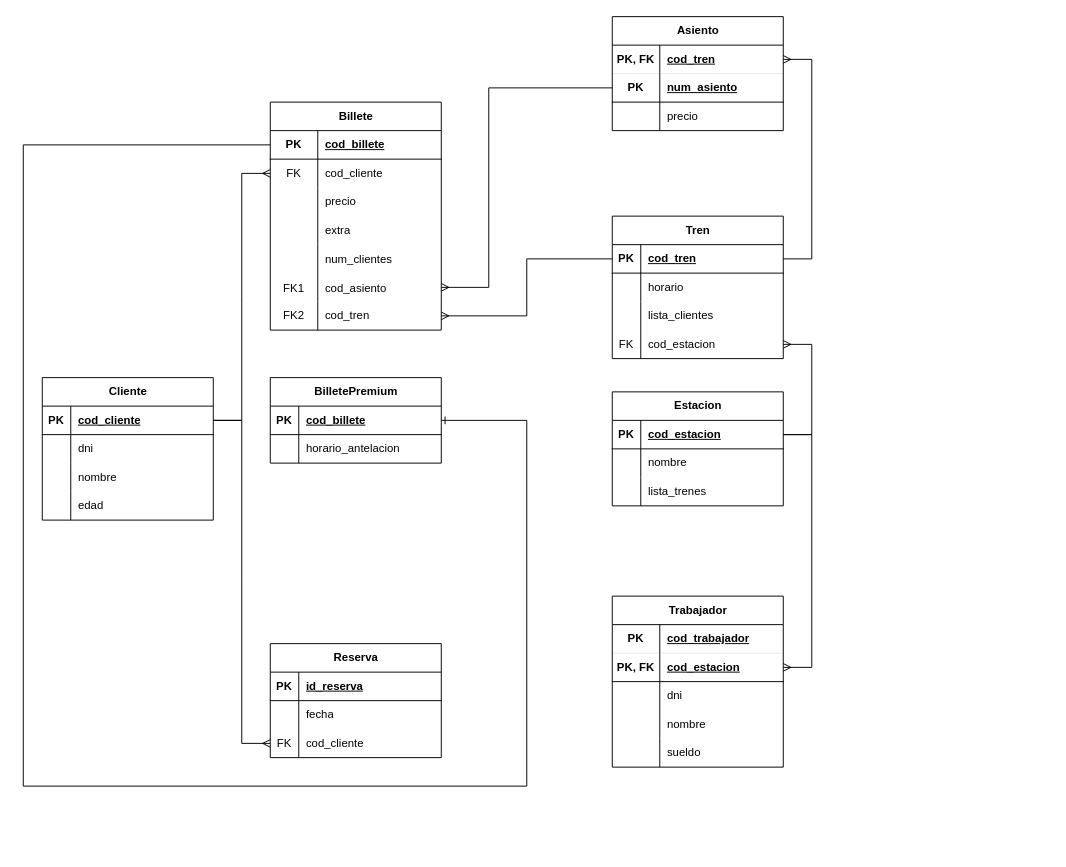
The draw.io diagram Borrador proy final/DIagramaDraw_borrador.drawio in ruizlo04/BorradorProyectoFinal, before the edit. Source tidied: cells renumbered, new cells numbered last; positions are measured from the earlier drawing's top-left corner, leaving out a move shared by most shapes. Both pictures are drawn from the tidied source at 95%, with x=0, y=0 at pixel (23, 16).
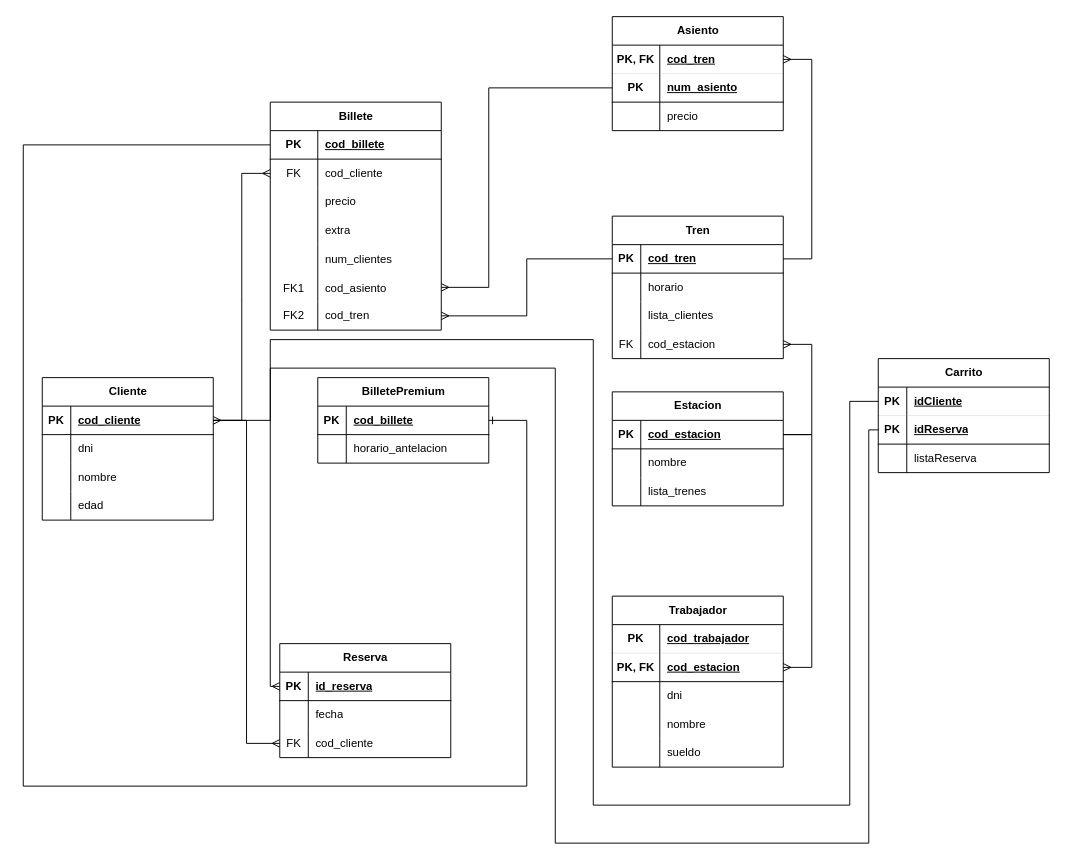
Above is the later version.

Commit message (it also covers changes not shown here):
diagramas hechos

The change refers to these unchanged cells:
```xml
<mxCell id="3" style="shape=tableRow;horizontal=0;startSize=0;swimlaneHead=0;swimlaneBody=0;fillColor=none;points=[[0,0.5],[1,0.5]];portConstraint=eastwest;top=0;left=0;right=0;bottom=1;" parent="2" vertex="1">
  <mxGeometry y="30" width="180" height="30" as="geometry" />
</mxCell>
<mxCell id="16" style="shape=tableRow;horizontal=0;startSize=0;swimlaneHead=0;swimlaneBody=0;fillColor=none;points=[[0,0.5],[1,0.5]];portConstraint=eastwest;top=0;left=0;right=0;bottom=1;" parent="15" vertex="1">
  <mxGeometry y="30" width="180" height="30" as="geometry" />
</mxCell>
<mxCell id="22" style="shape=tableRow;horizontal=0;startSize=0;swimlaneHead=0;swimlaneBody=0;fillColor=none;points=[[0,0.5],[1,0.5]];portConstraint=eastwest;top=0;left=0;right=0;bottom=0;" parent="15" vertex="1">
  <mxGeometry y="90" width="180" height="30" as="geometry" />
</mxCell>
```

Diff of the diagram source:
```diff
@@
     <mxCell id="15" value="Reserva" style="shape=table;startSize=30;childLayout=tableLayout;rowLines=0;fontStyle=1;align=center;html=1;" parent="1" vertex="1">
-      <mxGeometry x="260" y="660" width="180" height="120" as="geometry" />
+      <mxGeometry x="270" y="660" width="180" height="120" as="geometry" />
     </mxCell>
@@
-    <mxCell id="25" style="edgeStyle=entityRelationEdgeStyle;fontSize=12;html=1;endArrow=ERmany;rounded=0;" parent="1" edge="1" source="3" target="22">
+    <mxCell id="25" style="edgeStyle=orthogonalEdgeStyle;fontSize=12;html=1;endArrow=ERmany;rounded=0;" parent="1" edge="1" source="3" target="22">
       <mxGeometry relative="1" as="geometry" />
     </mxCell>
@@
     <mxCell id="103" value="BilletePremium" style="shape=table;startSize=30;childLayout=tableLayout;rowLines=0;fontStyle=1;align=center;html=1;" parent="1" vertex="1">
-      <mxGeometry x="260" y="380" width="180" height="90" as="geometry" />
+      <mxGeometry x="310" y="380" width="180" height="90" as="geometry" />
     </mxCell>
@@
+    <mxCell id="111" value="Carrito" style="shape=table;startSize=30;childLayout=tableLayout;rowLines=0;fontStyle=1;align=center;html=1;" parent="1" vertex="1">
+      <mxGeometry x="900" y="360" width="180" height="120" as="geometry" />
+    </mxCell>
+    <mxCell id="112" style="shape=tableRow;horizontal=0;startSize=0;swimlaneHead=0;swimlaneBody=0;fillColor=none;points=[[0,0.5],[1,0.5]];portConstraint=eastwest;top=0;left=0;right=0;bottom=1;strokeWidth=0;" parent="111" vertex="1">
+      <mxGeometry y="30" width="180" height="30" as="geometry" />
+    </mxCell>
+    <mxCell id="113" value="PK" style="shape=partialRectangle;fillColor=none;top=0;left=0;bottom=0;right=0;fontStyle=1;overflow=hidden;whiteSpace=wrap;html=1;" parent="112" vertex="1">
+      <mxGeometry width="30" height="30" as="geometry" />
+    </mxCell>
+    <mxCell id="114" value="idCliente" style="shape=partialRectangle;fillColor=none;top=0;left=0;bottom=0;right=0;align=left;spacingLeft=6;fontStyle=5;overflow=hidden;whiteSpace=wrap;html=1;" parent="112" vertex="1">
+      <mxGeometry x="30" width="150" height="30" as="geometry" />
+    </mxCell>
+    <mxCell id="115" style="shape=tableRow;horizontal=0;startSize=0;swimlaneHead=0;swimlaneBody=0;fillColor=none;points=[[0,0.5],[1,0.5]];portConstraint=eastwest;top=0;left=0;right=0;bottom=1;" parent="111" vertex="1">
+      <mxGeometry y="60" width="180" height="30" as="geometry" />
+    </mxCell>
+    <mxCell id="116" value="PK" style="shape=partialRectangle;fillColor=none;top=0;left=0;bottom=0;right=0;fontStyle=1;overflow=hidden;whiteSpace=wrap;html=1;" parent="115" vertex="1">
+      <mxGeometry width="30" height="30" as="geometry" />
+    </mxCell>
+    <mxCell id="117" value="idReserva" style="shape=partialRectangle;fillColor=none;top=0;left=0;bottom=0;right=0;align=left;spacingLeft=6;fontStyle=5;overflow=hidden;whiteSpace=wrap;html=1;" parent="115" vertex="1">
+      <mxGeometry x="30" width="150" height="30" as="geometry" />
+    </mxCell>
+    <mxCell id="118" style="shape=tableRow;horizontal=0;startSize=0;swimlaneHead=0;swimlaneBody=0;fillColor=none;top=0;left=0;right=0;bottom=0;" parent="111" vertex="1">
+      <mxGeometry y="90" width="180" height="30" as="geometry" />
+    </mxCell>
+    <mxCell id="119" style="shape=partialRectangle;fillColor=none;top=0;left=0;bottom=0;right=0;overflow=hidden;whiteSpace=wrap;html=1;" parent="118" vertex="1">
+      <mxGeometry width="30" height="30" as="geometry" />
+    </mxCell>
+    <mxCell id="120" value="listaReserva" style="shape=partialRectangle;fillColor=none;top=0;left=0;bottom=0;right=0;align=left;spacingLeft=6;overflow=hidden;whiteSpace=wrap;html=1;" parent="118" vertex="1">
+      <mxGeometry x="30" width="150" height="30" as="geometry" />
+    </mxCell>
+    <mxCell id="121" style="edgeStyle=orthogonalEdgeStyle;fontSize=12;html=1;endArrow=ERmany;rounded=0;" parent="1" edge="1" source="112" target="3">
+      <mxGeometry relative="1" as="geometry">
+        <Array as="points">
+          <mxPoint x="870" y="405" />
+          <mxPoint x="870" y="830" />
+          <mxPoint x="600" y="830" />
+          <mxPoint x="600" y="340" />
+          <mxPoint x="260" y="340" />
+          <mxPoint x="260" y="425" />
+        </Array>
+      </mxGeometry>
+    </mxCell>
+    <mxCell id="122" style="edgeStyle=orthogonalEdgeStyle;fontSize=12;html=1;endArrow=ERmany;rounded=0;" parent="1" edge="1" source="115" target="16">
+      <mxGeometry relative="1" as="geometry">
+        <Array as="points">
+          <mxPoint x="890" y="435" />
+          <mxPoint x="890" y="870" />
+          <mxPoint x="560" y="870" />
+          <mxPoint x="560" y="370" />
+          <mxPoint x="260" y="370" />
+        </Array>
+      </mxGeometry>
+    </mxCell>
```
